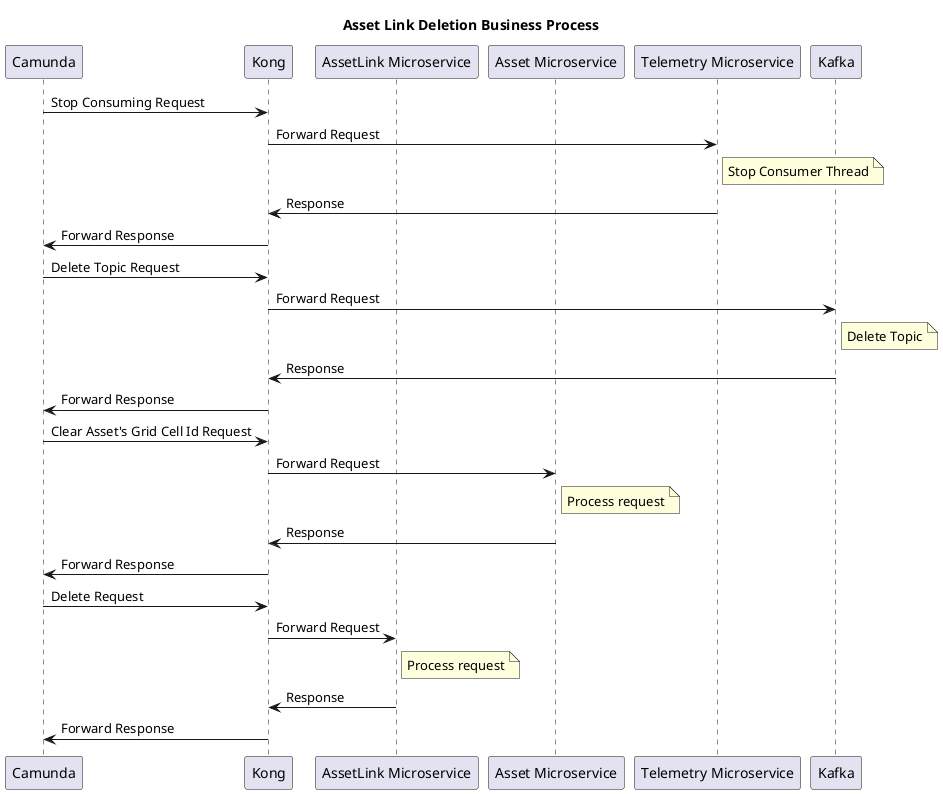
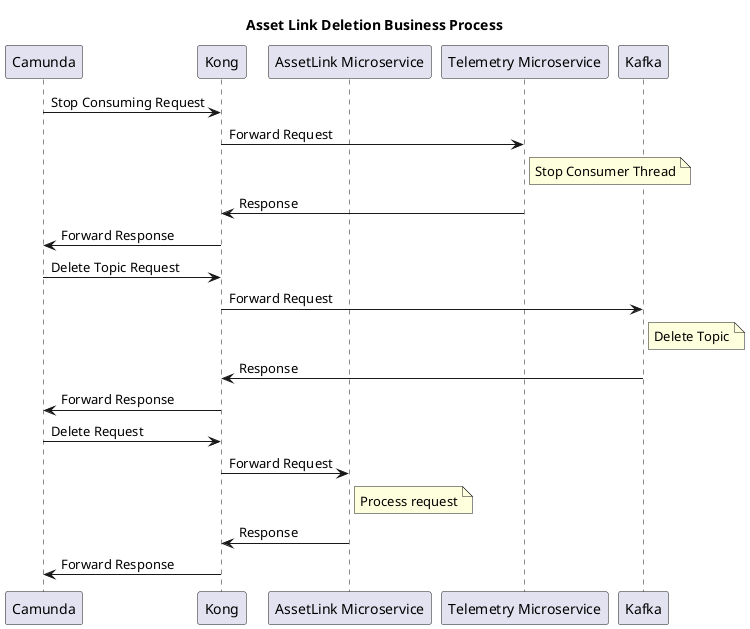
@startuml AssetLinkDeletion
title Asset Link Deletion Business Process

/'
Stop the consumption of the topic(s) by the Telemetry Microservice POST /Telemetry/stop
Delete the topic(s) from Kafka using the AssetLink microservice DELETE /AssetLink/topic/{assetId}/{gridCellId}
- Remove the grid cell to the asset(s) using the Asset MicroService PUT /Asset/{id}
- Delete the asset link we need to first make a contract between the prosumer and utility operator. POST /AssetLink
+ Delete the asset link. DELETE /AssetLink/{id}
'/

participant Camunda
participant Kong
participant "AssetLink Microservice" as Link
- participant "Asset Microservice" as Asset
participant "Telemetry Microservice" as Tel
participant Kafka

Camunda -> Kong : Stop Consuming Request
Kong -> Tel : Forward Request
note right of Tel : Stop Consumer Thread
Tel -> Kong : Response
Kong -> Camunda : Forward Response

Camunda -> Kong : Delete Topic Request
Kong -> Kafka : Forward Request
note right of Kafka : Delete Topic
Kafka -> Kong : Response
Kong -> Camunda : Forward Response

- Camunda -> Kong : Clear Asset's Grid Cell Id Request
- Kong -> Asset : Forward Request
- note right of Asset : Process request
- Asset -> Kong : Response
- Kong -> Camunda : Forward Response
- 
Camunda -> Kong : Delete Request
Kong -> Link : Forward Request
note right of Link : Process request
Link -> Kong : Response
Kong -> Camunda : Forward Response
- @enduml+ @enduml
